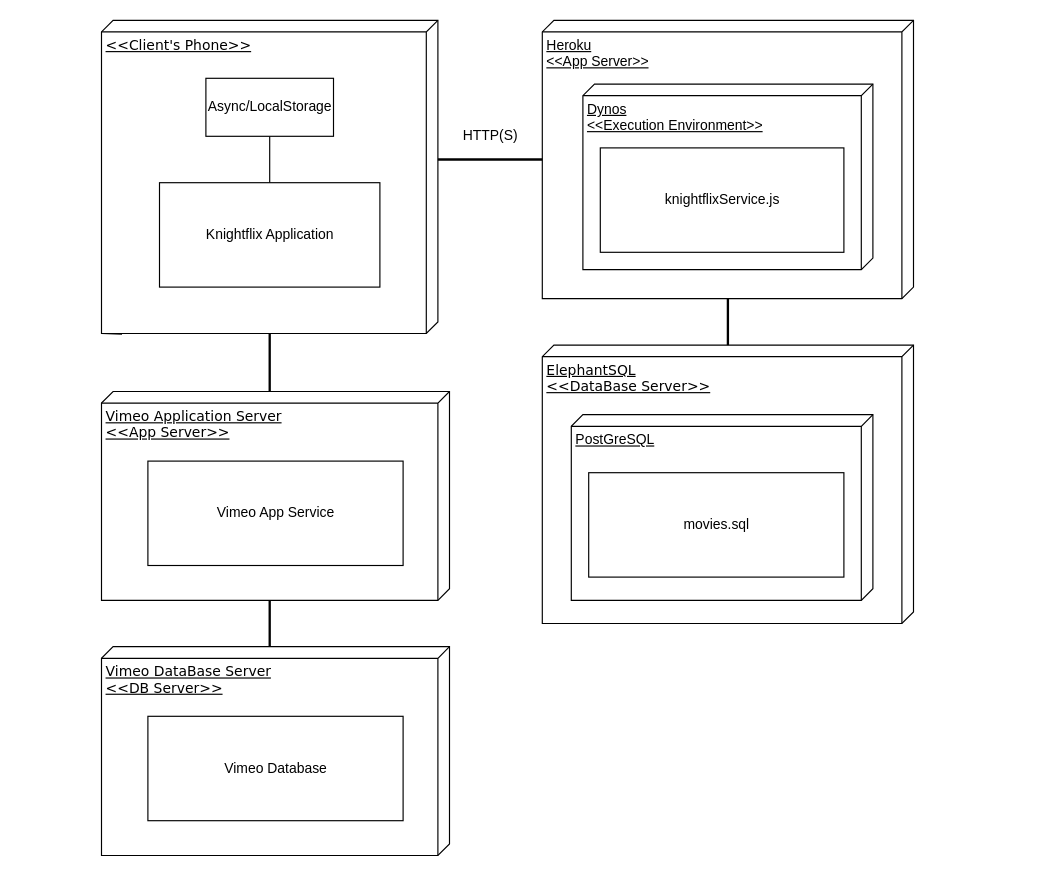
Above: .drawio.xml in calvin-cs262-fall2022-D/Project (draw.io), before the change. Source tidied: cells renumbered, new cells numbered last; positions are measured from the earlier drawing's top-left corner, leaving out a move shared by most shapes. Both pictures are drawn from the tidied source at 116%, with x=0, y=0 at pixel (101, 20).
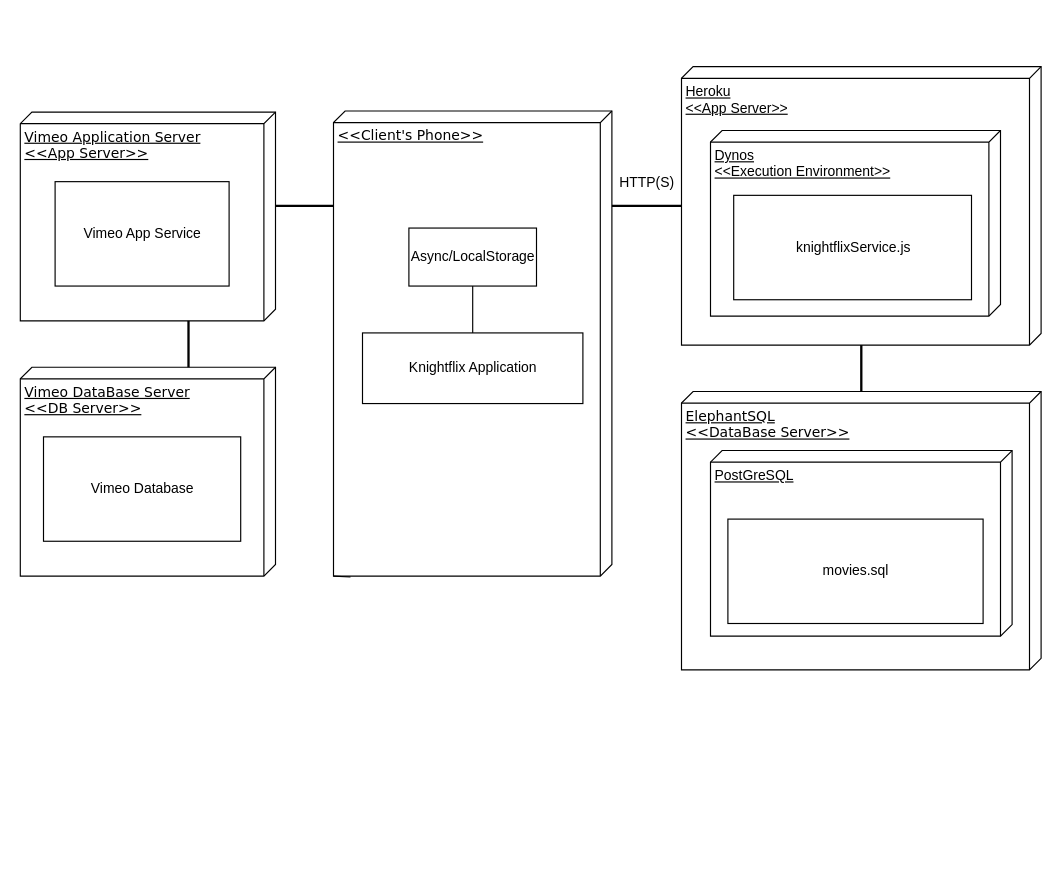
The same diagram, later.

The edit, as a diff of the source:
```diff
@@
     <mxCell id="2" value="&amp;lt;&amp;lt;Client's Phone&amp;gt;&amp;gt;" style="verticalAlign=top;align=left;spacingTop=8;spacingLeft=2;spacingRight=12;shape=cube;size=10;direction=south;fontStyle=4;html=1;rounded=0;shadow=0;comic=0;labelBackgroundColor=none;strokeWidth=1;fontFamily=Verdana;fontSize=12;" parent="1" vertex="1">
-      <mxGeometry width="290" height="270" as="geometry" />
+      <mxGeometry x="200" y="78.2" width="240" height="400.9" as="geometry" />
     </mxCell>
@@
     <mxCell id="4" value="Async/LocalStorage" style="html=1;" parent="1" vertex="1">
-      <mxGeometry x="90" y="50" width="110" height="50" as="geometry" />
+      <mxGeometry x="265" y="179.1" width="110" height="50" as="geometry" />
     </mxCell>
     <mxCell id="5" value="Knightflix Application" style="html=1;" parent="1" vertex="1">
-      <mxGeometry x="50" y="140" width="190" height="90" as="geometry" />
+      <mxGeometry x="225" y="269.5" width="190" height="60.9" as="geometry" />
     </mxCell>
     <mxCell id="6" value="Heroku&lt;br&gt;&amp;lt;&amp;lt;App Server&amp;gt;&amp;gt;" style="verticalAlign=top;align=left;spacingTop=8;spacingLeft=2;spacingRight=12;shape=cube;size=10;direction=south;fontStyle=4;html=1;" parent="1" vertex="1">
-      <mxGeometry x="380" width="320" height="240" as="geometry" />
+      <mxGeometry x="500" y="40" width="310" height="240" as="geometry" />
     </mxCell>
     <mxCell id="7" value="Dynos&lt;br&gt;&amp;lt;&amp;lt;Execution Environment&amp;gt;&amp;gt;" style="verticalAlign=top;align=left;spacingTop=8;spacingLeft=2;spacingRight=12;shape=cube;size=10;direction=south;fontStyle=4;html=1;" parent="1" vertex="1">
-      <mxGeometry x="415" y="55" width="250" height="160" as="geometry" />
+      <mxGeometry x="525" y="95" width="250" height="160" as="geometry" />
     </mxCell>
     <mxCell id="8" value="knightflixService.js" style="html=1;" parent="1" vertex="1">
-      <mxGeometry x="430" y="110" width="210" height="90" as="geometry" />
+      <mxGeometry x="545" y="150.9" width="205" height="90" as="geometry" />
     </mxCell>
     <mxCell id="9" value="ElephantSQL&lt;br&gt;&amp;lt;&amp;lt;DataBase Server&amp;gt;&amp;gt;" style="verticalAlign=top;align=left;spacingTop=8;spacingLeft=2;spacingRight=12;shape=cube;size=10;direction=south;fontStyle=4;html=1;rounded=0;shadow=0;comic=0;labelBackgroundColor=none;strokeWidth=1;fontFamily=Verdana;fontSize=12;" parent="1" vertex="1">
-      <mxGeometry x="380" y="280" width="320" height="240" as="geometry" />
+      <mxGeometry x="500" y="320" width="310" height="240" as="geometry" />
     </mxCell>
     <mxCell id="10" value="PostGreSQL&lt;br&gt;&lt;br&gt;" style="verticalAlign=top;align=left;spacingTop=8;spacingLeft=2;spacingRight=12;shape=cube;size=10;direction=south;fontStyle=4;html=1;" parent="1" vertex="1">
-      <mxGeometry x="405" y="340" width="260" height="160" as="geometry" />
+      <mxGeometry x="525" y="370.9" width="260" height="160" as="geometry" />
     </mxCell>
     <mxCell id="11" value="movies.sql" style="html=1;" parent="1" vertex="1">
-      <mxGeometry x="420" y="390" width="220" height="90" as="geometry" />
+      <mxGeometry x="540" y="430" width="220" height="90" as="geometry" />
     </mxCell>
     <mxCell id="12" value="Vimeo Application Server&lt;br&gt;&amp;lt;&amp;lt;App Server&amp;gt;&amp;gt;" style="verticalAlign=top;align=left;spacingTop=8;spacingLeft=2;spacingRight=12;shape=cube;size=10;direction=south;fontStyle=4;html=1;rounded=0;shadow=0;comic=0;labelBackgroundColor=none;strokeWidth=1;fontFamily=Verdana;fontSize=12;" parent="1" vertex="1">
-      <mxGeometry y="320" width="300" height="180" as="geometry" />
+      <mxGeometry x="-70" y="79.1" width="220" height="180" as="geometry" />
     </mxCell>
     <mxCell id="13" value="Vimeo DataBase Server&lt;br&gt;&amp;lt;&amp;lt;DB Server&amp;gt;&amp;gt;" style="verticalAlign=top;align=left;spacingTop=8;spacingLeft=2;spacingRight=12;shape=cube;size=10;direction=south;fontStyle=4;html=1;rounded=0;shadow=0;comic=0;labelBackgroundColor=none;strokeWidth=1;fontFamily=Verdana;fontSize=12;" parent="1" vertex="1">
-      <mxGeometry y="540" width="300" height="180" as="geometry" />
+      <mxGeometry x="-70" y="299.1" width="220" height="180" as="geometry" />
     </mxCell>
     <mxCell id="14" style="line;strokeWidth=2;direction=south;html=1;" parent="1" vertex="1">
-      <mxGeometry x="140" y="500" width="10" height="40" as="geometry" />
+      <mxGeometry x="70" y="259.1" width="10" height="40" as="geometry" />
     </mxCell>
     <mxCell id="15" style="line;strokeWidth=2;direction=south;html=1;" parent="1" vertex="1">
-      <mxGeometry x="535" y="240" width="10" height="40" as="geometry" />
+      <mxGeometry x="650" y="280" width="10" height="40" as="geometry" />
     </mxCell>
     <mxCell id="16" style="line;strokeWidth=2;html=1;" parent="1" vertex="1">
-      <mxGeometry x="290" y="115" width="90" height="10" as="geometry" />
+      <mxGeometry x="440" y="155" width="60" height="10" as="geometry" />
     </mxCell>
-    <mxCell id="17" style="line;strokeWidth=2;direction=south;html=1;" parent="1" vertex="1">
-      <mxGeometry x="140" y="270" width="10" height="50" as="geometry" />
-    </mxCell>
     <mxCell id="18" value="Vimeo App Service" style="html=1;" parent="1" vertex="1">
-      <mxGeometry x="40" y="380" width="220" height="90" as="geometry" />
+      <mxGeometry x="-40" y="139.1" width="150" height="90" as="geometry" />
     </mxCell>
     <mxCell id="19" value="Vimeo Database" style="html=1;" parent="1" vertex="1">
-      <mxGeometry x="40" y="600" width="220" height="90" as="geometry" />
+      <mxGeometry x="-50" y="359.1" width="170" height="90" as="geometry" />
     </mxCell>
@@
     <mxCell id="21" value="HTTP(S)" style="text;html=1;align=center;verticalAlign=middle;strokeColor=none;fillColor=none;" parent="1" vertex="1">
-      <mxGeometry x="300" y="85" width="70" height="30" as="geometry" />
+      <mxGeometry x="435" y="125" width="70" height="30" as="geometry" />
     </mxCell>
+    <mxCell id="22" style="line;strokeWidth=2;html=1;" parent="1" vertex="1">
+      <mxGeometry x="150" y="155" width="50" height="10" as="geometry" />
+    </mxCell>
+    <mxCell id="23" style="edgeStyle=none;rounded=0;orthogonalLoop=1;jettySize=auto;html=1;exitX=0;exitY=0;exitDx=239.99999999999997;exitDy=165;exitPerimeter=0;endArrow=none;endFill=0;" parent="1" edge="1" source="9" target="9">
+      <mxGeometry relative="1" as="geometry" />
+    </mxCell>
```
